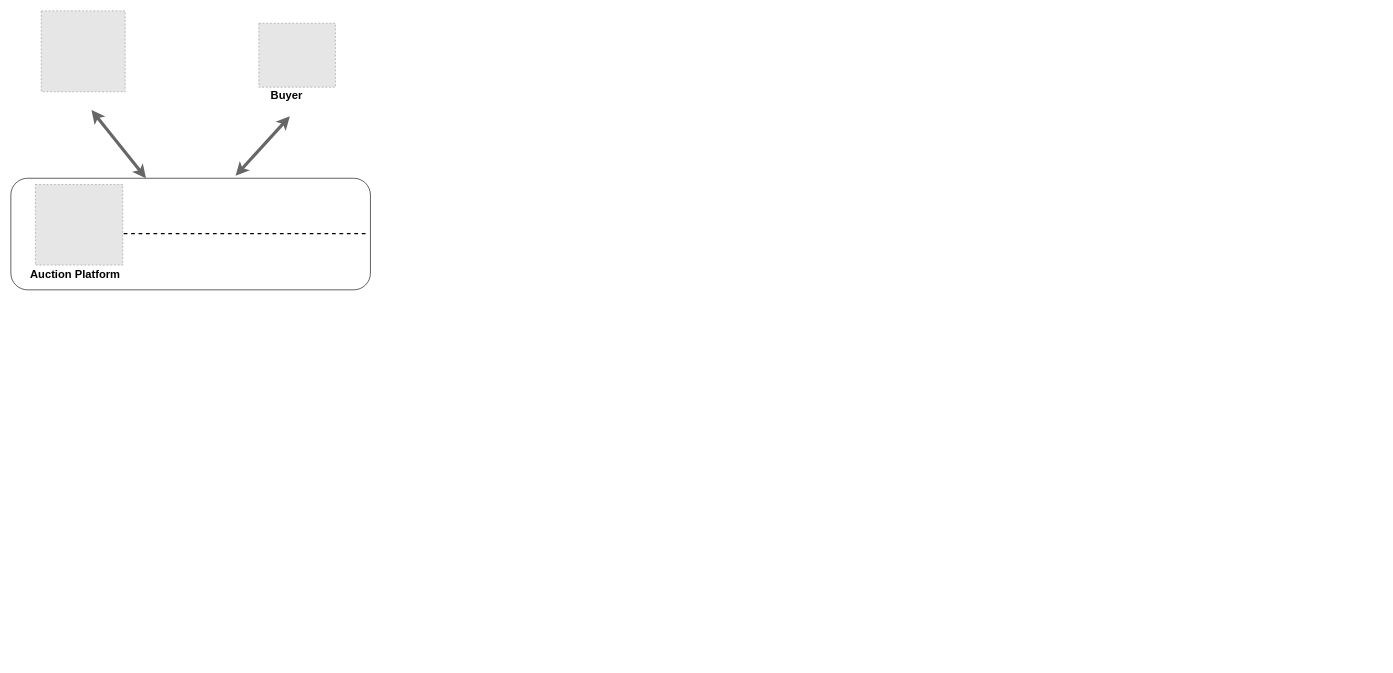
The draw.io diagram E-Auction Standard.drawio in ariesharry/Diagrams, before the edit. Source tidied: cells renumbered, new cells numbered last; positions are measured from the earlier drawing's top-left corner, leaving out a move shared by most shapes. Both pictures are drawn from the tidied source at 62%, with x=0, y=0 at pixel (11, 11). Pictures stored in the file or linked from it are replaced by grey dashed boxes.
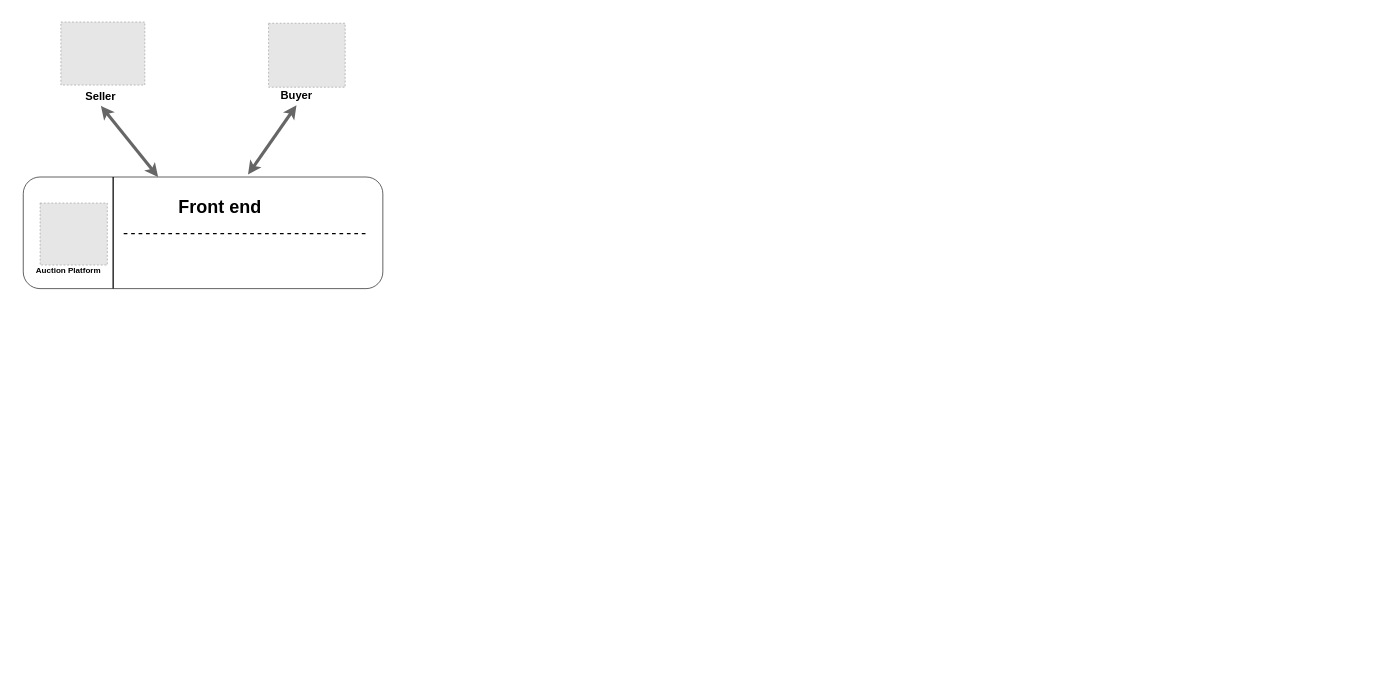
After the change.

The edit, as a diff of the source:
```diff
@@
 <mxGraphModel>
   <root>
     <mxCell id="0" />
     <mxCell id="1" parent="0" />
     <mxCell id="2" style="rounded=1;whiteSpace=wrap;html=1;fontSize=18;" parent="1" vertex="1">
-      <mxGeometry y="270" width="580" height="180" as="geometry" />
+      <mxGeometry x="20" y="268" width="580" height="180" as="geometry" />
     </mxCell>
     <mxCell id="3" style="fillColor=#E6E6E6;strokeColor=#999999;dashed=1;verticalLabelPosition=bottom;labelBackgroundColor=default;verticalAlign=top;" parent="1" vertex="1">
-      <mxGeometry x="49" width="135.4" height="130.4" as="geometry" />
+      <mxGeometry x="80.7" y="18" width="135.4" height="101.7" as="geometry" />
     </mxCell>
     <mxCell id="4" style="fillColor=#E6E6E6;strokeColor=#999999;dashed=1;verticalLabelPosition=bottom;labelBackgroundColor=default;verticalAlign=top;" parent="1" vertex="1">
-      <mxGeometry x="400" y="20" width="123.5" height="103.2" as="geometry" />
+      <mxGeometry x="415.7" y="20" width="123.5" height="103.2" as="geometry" />
     </mxCell>
     <mxCell id="5" style="fillColor=#E6E6E6;strokeColor=#999999;dashed=1;verticalLabelPosition=bottom;labelBackgroundColor=default;verticalAlign=top;" parent="1" vertex="1">
-      <mxGeometry x="39.6" y="280" width="140.9" height="130" as="geometry" />
+      <mxGeometry x="47.2" y="310" width="108.4" height="100" as="geometry" />
     </mxCell>
-    <mxCell id="6" value="&lt;b&gt;&lt;font style=&quot;font-size: 18px;&quot;&gt;Auction Platform&lt;/font&gt;&lt;/b&gt;" style="text;html=1;strokeColor=none;fillColor=none;align=center;verticalAlign=middle;whiteSpace=wrap;rounded=0;" parent="1" vertex="1">
-      <mxGeometry x="24.4" y="410" width="160" height="30" as="geometry" />
+    <mxCell id="6" value="&lt;b style=&quot;font-size: 13px;&quot;&gt;&lt;font style=&quot;font-size: 13px;&quot;&gt;Auction Platform&lt;/font&gt;&lt;/b&gt;" style="text;html=1;strokeColor=none;fillColor=none;align=center;verticalAlign=middle;whiteSpace=wrap;rounded=0;fontSize=13;" parent="1" vertex="1">
+      <mxGeometry x="13.4" y="403" width="160" height="30" as="geometry" />
     </mxCell>
-    <mxCell id="7" style="endArrow=classic;startArrow=classic;html=1;rounded=0;fontSize=18;strokeWidth=5;fillColor=#f5f5f5;strokeColor=#666666;entryX=0.625;entryY=-0.022;entryDx=0;entryDy=0;entryPerimeter=0;" parent="1" edge="1" target="2">
-      <mxGeometry relative="1" as="geometry">
-        <mxPoint x="450" y="170" as="sourcePoint" />
-      </mxGeometry>
+    <mxCell id="7" style="endArrow=classic;startArrow=classic;html=1;rounded=0;fontSize=18;strokeWidth=5;fillColor=#f5f5f5;strokeColor=#666666;entryX=0.625;entryY=-0.022;entryDx=0;entryDy=0;entryPerimeter=0;exitX=0.5;exitY=1;exitDx=0;exitDy=0;" parent="1" edge="1" source="12" target="2">
+      <mxGeometry relative="1" as="geometry" />
     </mxCell>
-    <mxCell id="8" style="endArrow=classic;startArrow=classic;html=1;rounded=0;fontSize=18;strokeWidth=5;fillColor=#f5f5f5;strokeColor=#666666;" parent="1" edge="1" target="2">
-      <mxGeometry relative="1" as="geometry">
-        <mxPoint x="130" y="160" as="sourcePoint" />
-      </mxGeometry>
+    <mxCell id="8" style="endArrow=classic;startArrow=classic;html=1;rounded=0;fontSize=18;strokeWidth=5;fillColor=#f5f5f5;strokeColor=#666666;exitX=0.5;exitY=1;exitDx=0;exitDy=0;" parent="1" edge="1" source="13" target="2">
+      <mxGeometry relative="1" as="geometry" />
     </mxCell>
     <mxCell id="9" style="edgeStyle=orthogonalEdgeStyle;rounded=0;orthogonalLoop=1;jettySize=auto;html=1;exitX=0.5;exitY=1;exitDx=0;exitDy=0;strokeWidth=5;fontSize=18;" parent="1" edge="1">
       <mxGeometry relative="1" as="geometry">
         <mxPoint x="2200" y="1040" as="sourcePoint" />
         <mxPoint x="2200" y="1040" as="targetPoint" />
       </mxGeometry>
     </mxCell>
     <mxCell id="10" style="edgeStyle=orthogonalEdgeStyle;rounded=0;orthogonalLoop=1;jettySize=auto;html=1;exitX=0.5;exitY=1;exitDx=0;exitDy=0;strokeWidth=5;fontSize=18;" parent="1" edge="1" source="6" target="6">
       <mxGeometry relative="1" as="geometry" />
     </mxCell>
     <mxCell id="11" style="endArrow=none;dashed=1;html=1;rounded=0;strokeWidth=2;fontSize=18;" parent="1" edge="1">
       <mxGeometry relative="1" as="geometry">
         <mxPoint x="182" y="359.2" as="sourcePoint" />
         <mxPoint x="572" y="359.2" as="targetPoint" />
       </mxGeometry>
     </mxCell>
     <mxCell id="12" value="&lt;b&gt;&lt;font style=&quot;font-size: 18px;&quot;&gt;Buyer&lt;/font&gt;&lt;/b&gt;" style="text;html=1;strokeColor=none;fillColor=none;align=center;verticalAlign=middle;whiteSpace=wrap;rounded=0;" parent="1" vertex="1">
-      <mxGeometry x="390" y="122.2" width="110" height="30" as="geometry" />
+      <mxGeometry x="405.7" y="122.2" width="110" height="30" as="geometry" />
     </mxCell>
+    <mxCell id="13" value="&lt;b&gt;&lt;font style=&quot;font-size: 18px;&quot;&gt;Seller&lt;/font&gt;&lt;/b&gt;" style="text;html=1;strokeColor=none;fillColor=none;align=center;verticalAlign=middle;whiteSpace=wrap;rounded=0;" parent="1" vertex="1">
+      <mxGeometry x="90.2" y="123.2" width="110" height="30" as="geometry" />
+    </mxCell>
+    <mxCell id="14" value="&lt;b style=&quot;font-size: 29px;&quot;&gt;&lt;font style=&quot;font-size: 29px;&quot;&gt;Front end&lt;/font&gt;&lt;/b&gt;" style="text;html=1;strokeColor=none;fillColor=none;align=center;verticalAlign=middle;whiteSpace=wrap;rounded=0;strokeWidth=6;fontSize=29;" parent="1" vertex="1">
+      <mxGeometry x="200" y="302" width="275" height="30" as="geometry" />
+    </mxCell>
+    <mxCell id="15" style="endArrow=none;html=1;rounded=0;strokeWidth=2;fontSize=13;exitX=0.25;exitY=1;exitDx=0;exitDy=0;entryX=0.25;entryY=0;entryDx=0;entryDy=0;" parent="1" edge="1" source="2" target="2">
+      <mxGeometry relative="1" as="geometry" />
+    </mxCell>
   </root>
 </mxGraphModel>
```
